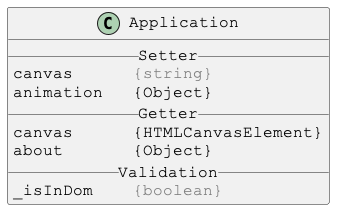
Above: docs/PlantUml/images/Application.png in Justin-Byrne/canvasLab (PlantUML), before the change.
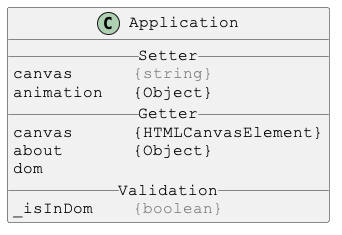
After the change.

Change to the diagram source:
```diff
@@ -10,6 +10,7 @@
 __ Getter __
 canvas      {HTMLCanvasElement}
 about       {Object}
+dom
 __ Validation __
 _isInDom    <color:gray>{boolean}</color>
 }
```
